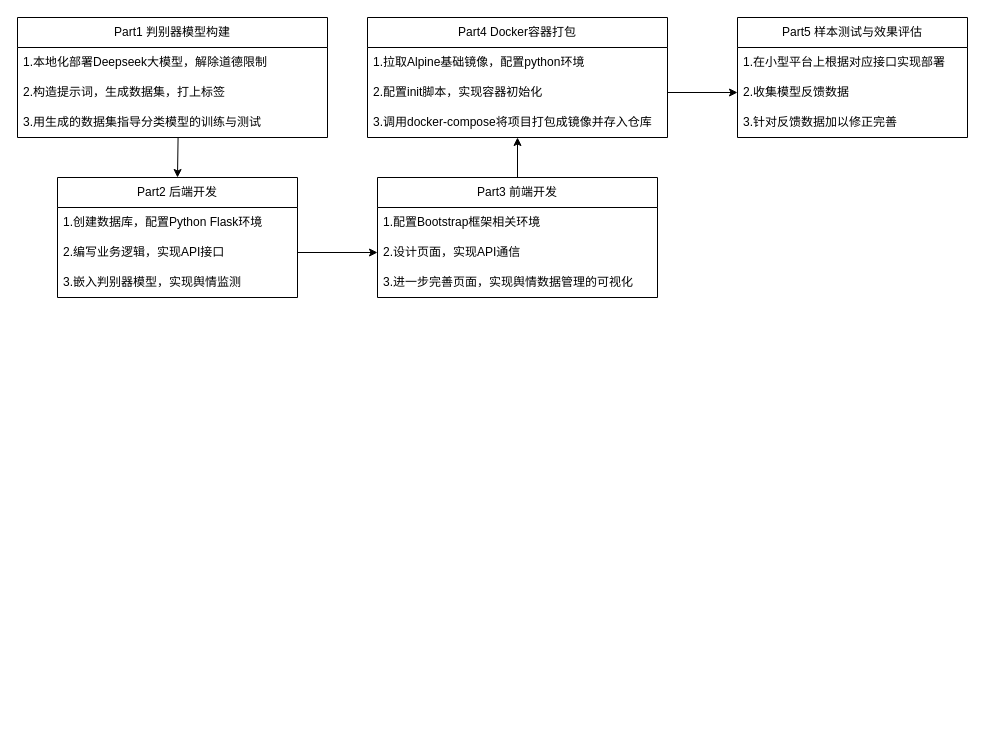
Before: product_overview.drawio in Megalomanian/diagrams, a draw.io diagram. Source tidied: cells renumbered, new cells numbered last; positions are measured from the earlier drawing's top-left corner, leaving out a move shared by most shapes. Both pictures are drawn from the tidied source at 100%, with x=0, y=0 at pixel (17, 17).
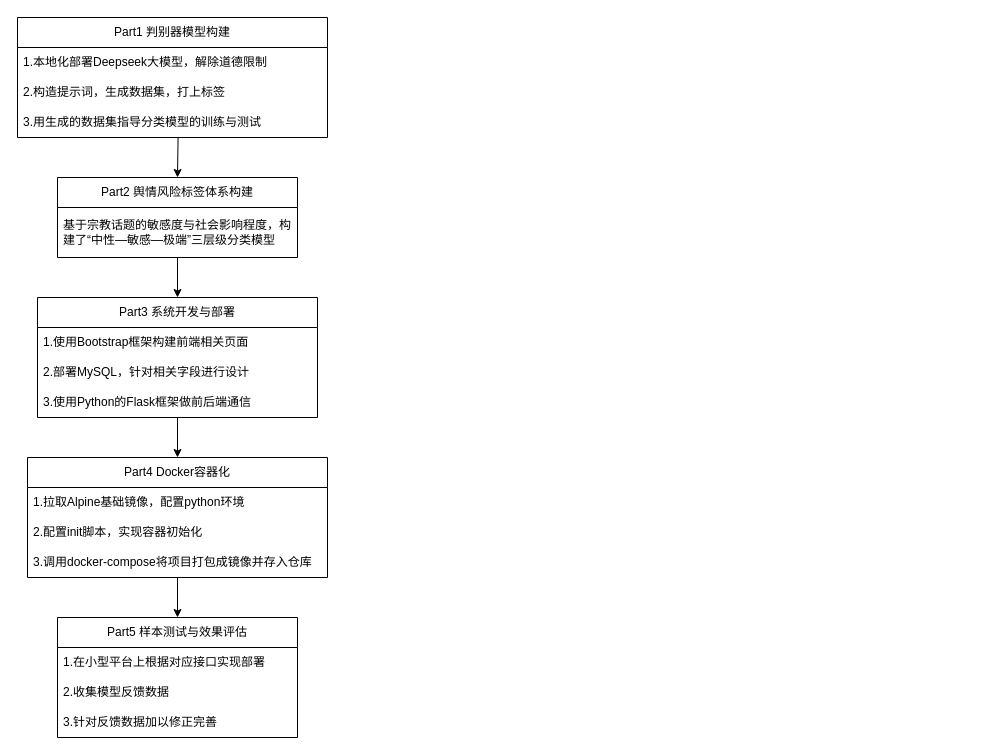
The same page after the edit.

Unchanged cells that the change refers to:
```xml
<mxCell id="17" value="2.配置init脚本，实现容器初始化" style="text;strokeColor=none;fillColor=none;align=left;verticalAlign=middle;spacingLeft=4;spacingRight=4;overflow=hidden;points=[[0,0.5],[1,0.5]];portConstraint=eastwest;whiteSpace=wrap;html=1;" parent="15" vertex="1">
  <mxGeometry y="60" width="300" height="30" as="geometry" />
</mxCell>
<mxCell id="18" value="3.调用docker-compose将项目打包成镜像并存入仓库" style="text;strokeColor=none;fillColor=none;align=left;verticalAlign=middle;spacingLeft=4;spacingRight=4;overflow=hidden;points=[[0,0.5],[1,0.5]];portConstraint=eastwest;whiteSpace=wrap;html=1;" parent="15" vertex="1">
  <mxGeometry y="90" width="300" height="30" as="geometry" />
</mxCell>
```

Change to the diagram source:
```diff
@@
-    <mxCell id="6" value="Part2 后端开发" style="swimlane;fontStyle=0;horizontal=1;startSize=30;whiteSpace=wrap;html=1;" parent="1" vertex="1">
-      <mxGeometry x="40" y="160" width="240" height="120" as="geometry" />
+    <mxCell id="6" value="Part2 舆情风险标签体系构建" style="swimlane;fontStyle=0;horizontal=1;startSize=30;whiteSpace=wrap;html=1;" parent="1" vertex="1">
+      <mxGeometry x="40" y="160" width="240" height="80" as="geometry" />
     </mxCell>
-    <mxCell id="7" value="1.创建数据库，配置Python Flask环境" style="text;strokeColor=none;fillColor=none;align=left;verticalAlign=middle;spacingLeft=4;spacingRight=4;overflow=hidden;whiteSpace=wrap;html=1;" parent="6" vertex="1">
-      <mxGeometry y="30" width="240" height="30" as="geometry" />
+    <mxCell id="7" value="基于宗教话题的敏感度与社会影响程度，构建了“中性—敏感—极端”三层级分类模型" style="text;strokeColor=none;fillColor=none;align=left;verticalAlign=middle;spacingLeft=4;spacingRight=4;overflow=hidden;whiteSpace=wrap;html=1;" parent="6" vertex="1">
+      <mxGeometry y="30" width="240" height="50" as="geometry" />
     </mxCell>
-    <mxCell id="8" value="2.编写业务逻辑，实现API接口" style="text;strokeColor=none;fillColor=none;align=left;verticalAlign=middle;spacingLeft=4;spacingRight=4;overflow=hidden;points=[[0,0.5],[1,0.5]];portConstraint=eastwest;whiteSpace=wrap;html=1;" parent="6" vertex="1">
-      <mxGeometry y="60" width="240" height="30" as="geometry" />
-    </mxCell>
-    <mxCell id="9" value="3.嵌入判别器模型，实现舆情监测" style="text;strokeColor=none;fillColor=none;align=left;verticalAlign=middle;spacingLeft=4;spacingRight=4;overflow=hidden;whiteSpace=wrap;html=1;" parent="6" vertex="1">
-      <mxGeometry y="90" width="240" height="30" as="geometry" />
-    </mxCell>
@@
+    <mxCell id="26" style="edgeStyle=orthogonalEdgeStyle;rounded=0;jettySize=auto;html=1;exitX=0.5;exitY=1;exitDx=0;exitDy=0;entryX=0.5;entryY=0;entryDx=0;entryDy=0;" parent="1" edge="1" source="11" target="15">
+      <mxGeometry relative="1" as="geometry" />
+    </mxCell>
-    <mxCell id="11" value="Part3 前端开发" style="swimlane;fontStyle=0;horizontal=1;startSize=30;whiteSpace=wrap;html=1;" parent="1" vertex="1">
-      <mxGeometry x="360" y="160" width="280" height="120" as="geometry" />
+    <mxCell id="11" value="Part3 系统开发与部署" style="swimlane;fontStyle=0;horizontal=1;startSize=30;whiteSpace=wrap;html=1;" parent="1" vertex="1">
+      <mxGeometry x="20" y="280" width="280" height="120" as="geometry" />
     </mxCell>
-    <mxCell id="12" value="1.配置Bootstrap框架相关环境" style="text;strokeColor=none;fillColor=none;align=left;verticalAlign=middle;spacingLeft=4;spacingRight=4;overflow=hidden;whiteSpace=wrap;html=1;" parent="11" vertex="1">
+    <mxCell id="12" value="1.使用Bootstrap框架构建前端相关页面" style="text;strokeColor=none;fillColor=none;align=left;verticalAlign=middle;spacingLeft=4;spacingRight=4;overflow=hidden;whiteSpace=wrap;html=1;" parent="11" vertex="1">
       <mxGeometry y="30" width="280" height="30" as="geometry" />
     </mxCell>
-    <mxCell id="13" value="2.设计页面，实现API通信" style="text;strokeColor=none;fillColor=none;align=left;verticalAlign=middle;spacingLeft=4;spacingRight=4;overflow=hidden;points=[[0,0.5],[1,0.5]];portConstraint=eastwest;whiteSpace=wrap;html=1;" parent="11" vertex="1">
+    <mxCell id="13" value="2.部署MySQL，针对相关字段进行设计" style="text;strokeColor=none;fillColor=none;align=left;verticalAlign=middle;spacingLeft=4;spacingRight=4;overflow=hidden;points=[[0,0.5],[1,0.5]];portConstraint=eastwest;whiteSpace=wrap;html=1;" parent="11" vertex="1">
       <mxGeometry y="60" width="280" height="30" as="geometry" />
     </mxCell>
-    <mxCell id="14" value="3.进一步完善页面，实现舆情数据管理的可视化" style="text;strokeColor=none;fillColor=none;align=left;verticalAlign=middle;spacingLeft=4;spacingRight=4;overflow=hidden;whiteSpace=wrap;html=1;" parent="11" vertex="1">
+    <mxCell id="14" value="3.使用Python的Flask框架做前后端通信" style="text;strokeColor=none;fillColor=none;align=left;verticalAlign=middle;spacingLeft=4;spacingRight=4;overflow=hidden;whiteSpace=wrap;html=1;" parent="11" vertex="1">
       <mxGeometry y="90" width="280" height="30" as="geometry" />
     </mxCell>
+    <mxCell id="27" style="edgeStyle=orthogonalEdgeStyle;rounded=0;jettySize=auto;html=1;exitX=0.5;exitY=1;exitDx=0;exitDy=0;entryX=0.5;entryY=0;entryDx=0;entryDy=0;" parent="1" edge="1" source="15" target="21">
+      <mxGeometry relative="1" as="geometry" />
+    </mxCell>
-    <mxCell id="15" value="Part4 Docker容器打包" style="swimlane;fontStyle=0;horizontal=1;startSize=30;whiteSpace=wrap;html=1;" parent="1" vertex="1">
-      <mxGeometry x="350" width="300" height="120" as="geometry" />
+    <mxCell id="15" value="Part4 Docker容器化" style="swimlane;fontStyle=0;horizontal=1;startSize=30;whiteSpace=wrap;html=1;" parent="1" vertex="1">
+      <mxGeometry x="10" y="440" width="300" height="120" as="geometry" />
     </mxCell>
@@
-    <mxCell id="19" style="endArrow=classic;html=1;rounded=0;exitX=1;exitY=0.5;exitDx=0;exitDy=0;entryX=0;entryY=0.5;entryDx=0;entryDy=0;" parent="1" edge="1" source="8" target="13">
-      <mxGeometry relative="1" as="geometry" />
-    </mxCell>
-    <mxCell id="20" style="endArrow=classic;html=1;rounded=0;exitX=0.5;exitY=0;exitDx=0;exitDy=0;" parent="1" edge="1" source="11" target="18">
-      <mxGeometry relative="1" as="geometry" />
-    </mxCell>
     <mxCell id="21" value="Part5 样本测试与效果评估" style="swimlane;fontStyle=0;horizontal=1;startSize=30;whiteSpace=wrap;html=1;" parent="1" vertex="1">
-      <mxGeometry x="720" width="230" height="120" as="geometry" />
+      <mxGeometry x="40" y="600" width="240" height="120" as="geometry" />
     </mxCell>
     <mxCell id="22" value="1.在小型平台上根据对应接口实现部署" style="text;strokeColor=none;fillColor=none;align=left;verticalAlign=middle;spacingLeft=4;spacingRight=4;overflow=hidden;whiteSpace=wrap;html=1;" parent="21" vertex="1">
-      <mxGeometry y="30" width="230" height="30" as="geometry" />
+      <mxGeometry y="30" width="240" height="30" as="geometry" />
     </mxCell>
     <mxCell id="23" value="2.收集模型反馈数据" style="text;strokeColor=none;fillColor=none;align=left;verticalAlign=middle;spacingLeft=4;spacingRight=4;overflow=hidden;points=[[0,0.5],[1,0.5]];portConstraint=eastwest;whiteSpace=wrap;html=1;" parent="21" vertex="1">
-      <mxGeometry y="60" width="230" height="30" as="geometry" />
+      <mxGeometry y="60" width="240" height="30" as="geometry" />
     </mxCell>
     <mxCell id="24" value="3.针对反馈数据加以修正完善" style="text;strokeColor=none;fillColor=none;align=left;verticalAlign=middle;spacingLeft=4;spacingRight=4;overflow=hidden;whiteSpace=wrap;html=1;" parent="21" vertex="1">
-      <mxGeometry y="90" width="230" height="30" as="geometry" />
+      <mxGeometry y="90" width="240" height="30" as="geometry" />
     </mxCell>
-    <mxCell id="25" style="endArrow=classic;html=1;rounded=0;exitX=1;exitY=0.5;exitDx=0;exitDy=0;entryX=0;entryY=0.5;entryDx=0;entryDy=0;" parent="1" edge="1" source="17" target="23">
-      <mxGeometry relative="1" as="geometry" />
-    </mxCell>
+    <mxCell id="28" style="endArrow=classic;html=1;rounded=0;entryX=0.5;entryY=0;entryDx=0;entryDy=0;" parent="1" edge="1" target="11">
+      <mxGeometry relative="1" as="geometry">
+        <mxPoint x="160" y="240" as="sourcePoint" />
+      </mxGeometry>
+    </mxCell>
```
